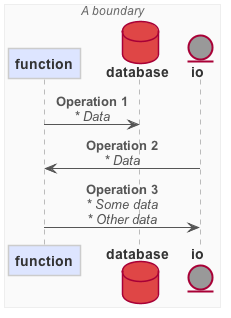
Earlier version of the PlantUML export examples/legend.seq.png (sonyxperiadev/dataflow).
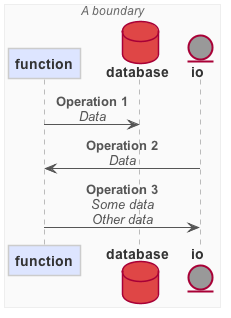
After the commit.

Commit message:
Format operation and data with table in DFD

What changed in the source:
```diff
@@ -33,7 +33,7 @@
   database "database" as d
   entity "io" as i
 end box
-f -> d : <b>Operation 1</b>\n<i>* Data</i>
-i -> f : <b>Operation 2</b>\n<i>* Data</i>
-f -> i : <b>Operation 3</b>\n<i>* Some data</i>\n<i>* Other data</i>
+f -> d : <b>Operation 1</b>\n<i>Data</i>
+i -> f : <b>Operation 2</b>\n<i>Data</i>
+f -> i : <b>Operation 3</b>\n<i>Some data</i>\n<i>Other data</i>
 @enduml
```
